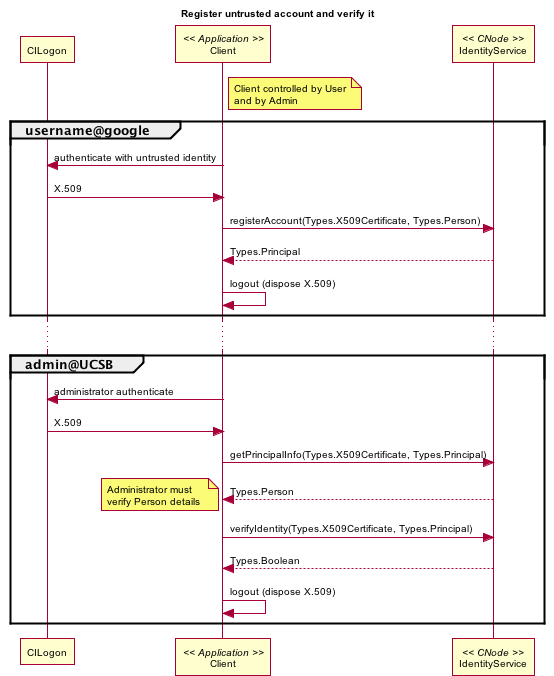
Before: source/design/images/ident_02.png, a diagram exported from PlantUML (datadavev/DataONE_architecture). Its diagram source:
```plantuml
@startuml images/ident_02.png
skinparam activityFontColor black
skinparam activityFontSize 10
skinparam activityFontName arial
skinparam activityArrowFontColor black
skinparam activityArrowFontSize 10
skinparam activityArrowFontName arial
skinparam classArrowFontColor black
skinparam classArrowFontSize 10
skinparam classArrowFontName arial
skinparam classAttributeFontColor black
skinparam classAttributeFontSize 10
skinparam classAttributeFontName arial
skinparam classFontColor black
skinparam classFontSize 10
skinparam classFontName arial
skinparam componentFontColor black
skinparam componentFontSize 10
skinparam componentFontName arial
skinparam componentArrowFontColor black
skinparam componentArrowFontSize 10
skinparam componentArrowFontName arial
skinparam noteFontColor black
skinparam noteFontSize 10
skinparam noteFontName arial
skinparam packageFontColor black
skinparam packageFontSize 10
skinparam packageFontName arial
skinparam sequenceActorFontColor black
skinparam sequenceActorFontSize 10
skinparam sequenceActorFontName arial
skinparam sequenceArrowFontColor black
skinparam sequenceArrowFontSize 10
skinparam sequenceArrowFontName arial
skinparam sequenceGroupingFontColor black
skinparam sequenceGroupingFontSize 10
skinparam sequenceGroupingFontName arial
skinparam sequenceGroupingHeaderFontColor black
skinparam sequenceGroupingHeaderFontSize 10
skinparam sequenceGroupingHeaderFontName arial
skinparam sequenceParticipantFontColor black
skinparam sequenceParticipantFontSize 10
skinparam sequenceParticipantFontName arial
skinparam sequenceTitleFontColor black
skinparam sequenceTitleFontSize 10
skinparam sequenceTitleFontName arial
skinparam titleFontColor black
skinparam titleFontSize 10
skinparam titleFontName arial
skinparam usecaseFontColor black
skinparam usecaseFontSize 7
skinparam usecaseFontName arial
skinparam usecaseActorFontColor black
skinparam usecaseActorFontSize 7
skinparam usecaseActorFontName arial
skinparam usecaseArrowFontColor black
skinparam usecaseArrowFontSize 7
skinparam usecaseArrowFontName arial
title Register untrusted account and verify it
participant "CILogon" as cilogon
participant "Client" as client << Application >>
	note right of client
		Client controlled by User
		and by Admin
	end note
participant "IdentityService" as ident << CNode >>

group username@google
	client -> cilogon:authenticate with untrusted identity
	client <- cilogon: X.509
	client -> ident: registerAccount(Types.X509Certificate, Types.Person)
	ident --> client: Types.Principal
	client -> client:logout (dispose X.509)
end
...
group admin@UCSB
	client -> cilogon:administrator authenticate
	client <- cilogon: X.509
	client -> ident:getPrincipalInfo(Types.X509Certificate, Types.Principal)
	ident --> client:Types.Person
	note left
		Administrator must
		verify Person details
	end note
	client -> ident: verifyIdentity(Types.X509Certificate, Types.Principal)
	ident --> client: Types.Boolean
	client -> client:logout (dispose X.509)
end

   @enduml
```
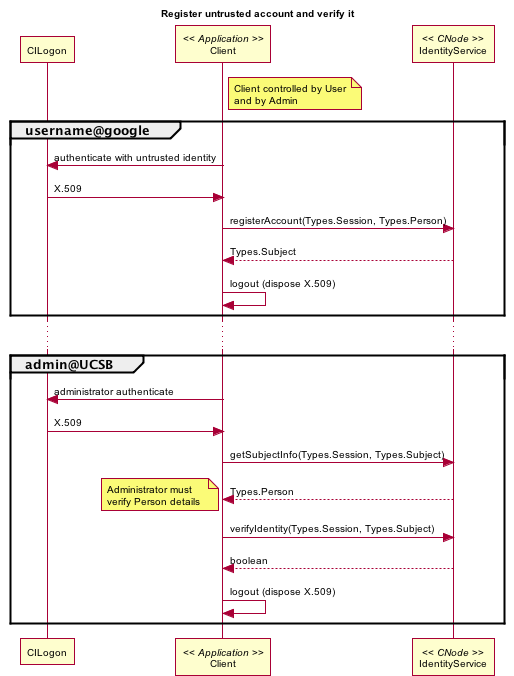
After the change.

Commit message:
update diagrams to reflect new types

Diff of the diagram source:
```diff
@@ -68,22 +68,22 @@
 group username@google
 	client -> cilogon:authenticate with untrusted identity
 	client <- cilogon: X.509
-	client -> ident: registerAccount(Types.X509Certificate, Types.Person)
-	ident --> client: Types.Principal
+	client -> ident: registerAccount(Types.Session, Types.Person)
+	ident --> client: Types.Subject
 	client -> client:logout (dispose X.509)
 end
 ...
 group admin@UCSB
 	client -> cilogon:administrator authenticate
 	client <- cilogon: X.509
-	client -> ident:getPrincipalInfo(Types.X509Certificate, Types.Principal)
+	client -> ident:getSubjectInfo(Types.Session, Types.Subject)
 	ident --> client:Types.Person
 	note left
 		Administrator must
 		verify Person details
 	end note
-	client -> ident: verifyIdentity(Types.X509Certificate, Types.Principal)
-	ident --> client: Types.Boolean
+	client -> ident: verifyIdentity(Types.Session, Types.Subject)
+	ident --> client: boolean
 	client -> client:logout (dispose X.509)
 end
 
```
